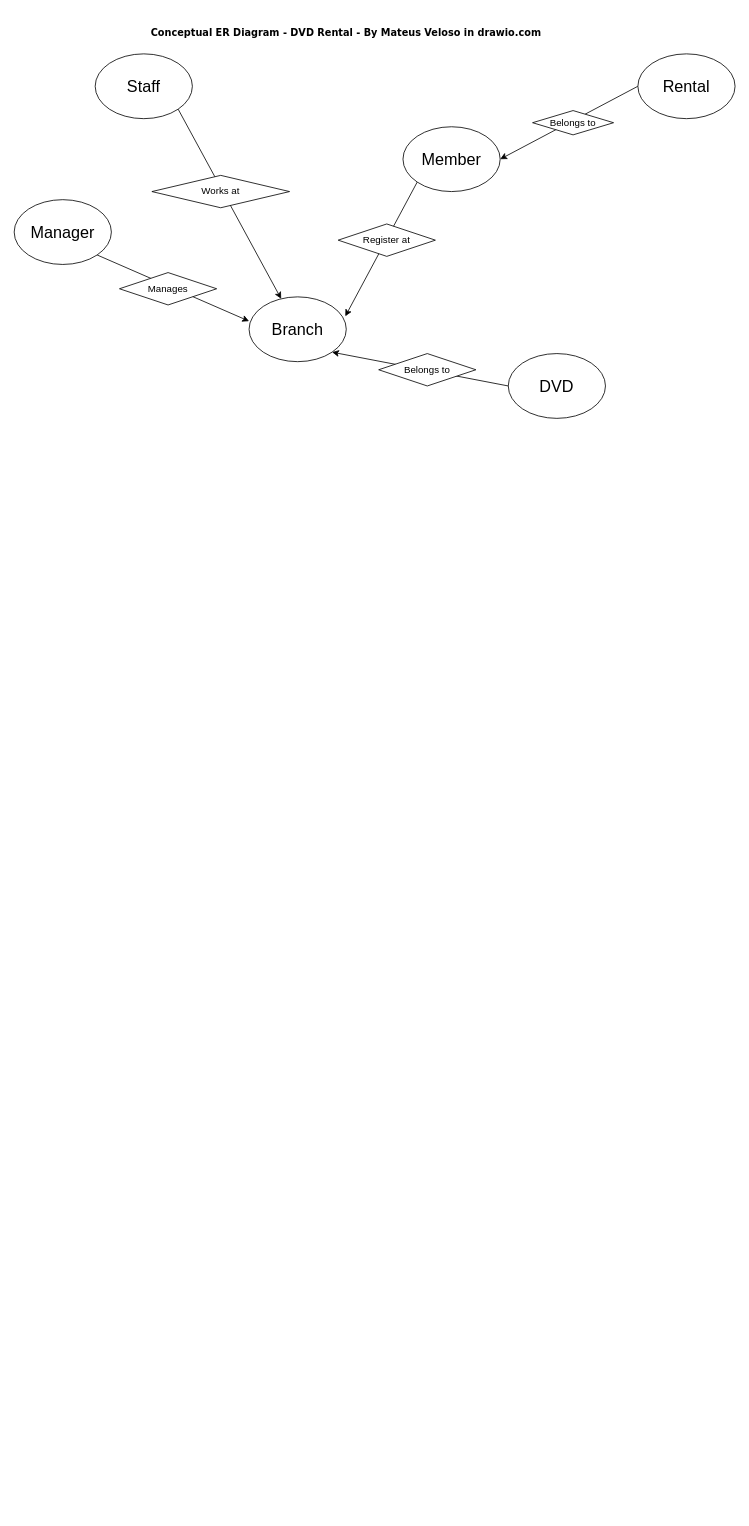
This is DVDStore.drawio from MateusVeloso16/MySQL_DB_School, a draw.io file, before an edit. Source tidied: cells renumbered, new cells numbered last; positions are measured from the earlier drawing's top-left corner, leaving out a move shared by most shapes. Both pictures are drawn from the tidied source at 81%, with x=0, y=0 at pixel (14, 21).
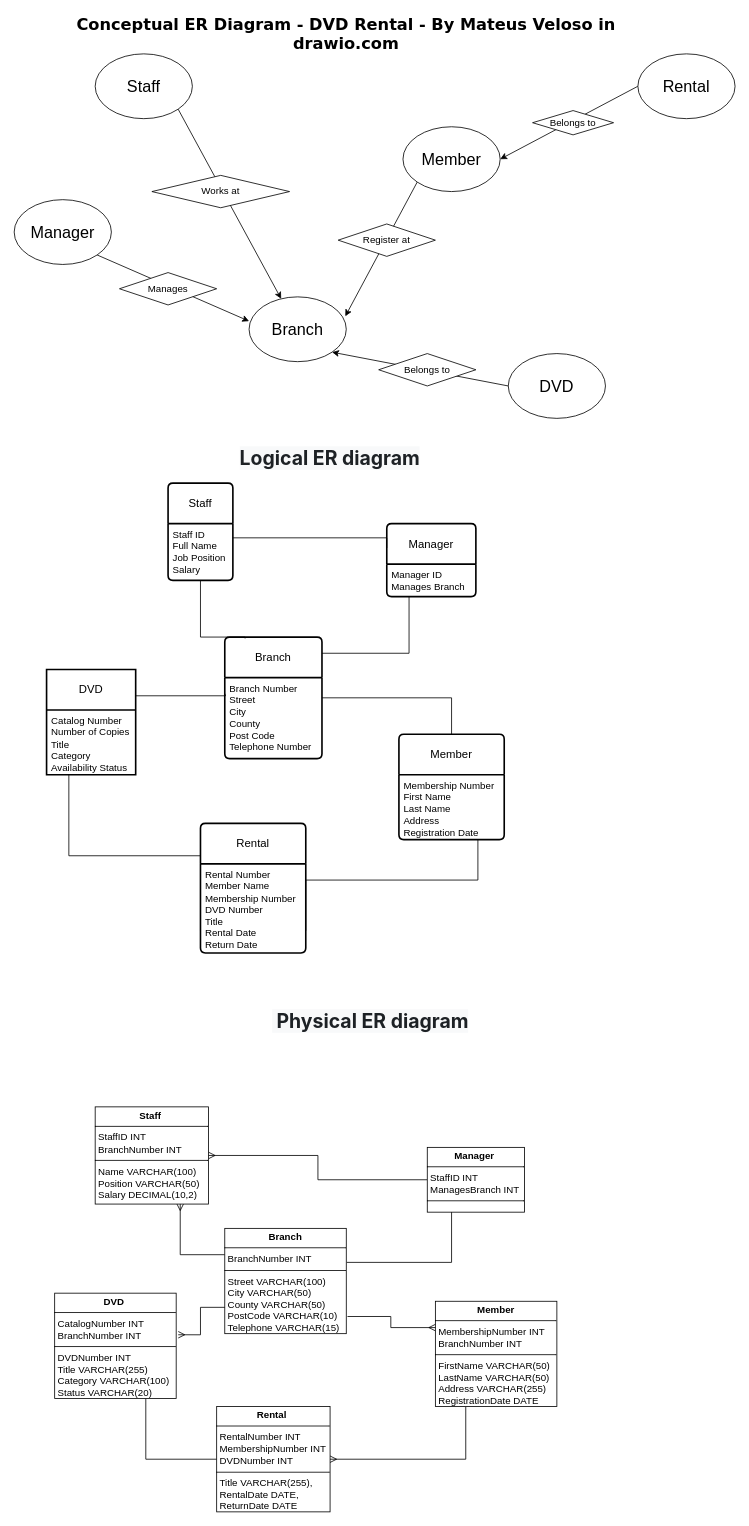
The same page after the edit.

Change to the diagram source:
```diff
@@
-    <mxCell id="2" value="&lt;b&gt;&lt;font face=&quot;Verdana&quot;&gt;Conceptual ER Diagram - DVD Rental - By Mateus Veloso in drawio.com&lt;/font&gt;&lt;/b&gt;" style="text;html=1;align=center;verticalAlign=middle;whiteSpace=wrap;rounded=0;" parent="1" vertex="1">
+    <mxCell id="2" value="&lt;b&gt;&lt;font style=&quot;font-size: 20px;&quot; face=&quot;Verdana&quot;&gt;Conceptual ER Diagram - DVD Rental - By Mateus Veloso in drawio.com&lt;/font&gt;&lt;/b&gt;" style="text;html=1;align=center;verticalAlign=middle;whiteSpace=wrap;rounded=0;" parent="1" vertex="1">
       <mxGeometry x="65" width="690" height="30" as="geometry" />
     </mxCell>
@@
+    <mxCell id="20" value="Branch" style="swimlane;horizontal=1;startSize=50;rounded=1;fontSize=14;fontStyle=0;strokeWidth=2;shadow=0;dashed=0;align=center;arcSize=4;whiteSpace=wrap;html=1;perimeterSpacing=11;" parent="1" vertex="1">
+      <mxGeometry x="260" y="760" width="120" height="150" as="geometry" />
+    </mxCell>
+    <mxCell id="21" value="Branch Number&lt;br&gt;Street&lt;br&gt;City&lt;div&gt;County&lt;/div&gt;&lt;div&gt;Post Code&lt;/div&gt;&lt;div&gt;Telephone Number&lt;/div&gt;" style="align=left;strokeColor=none;fillColor=none;spacingLeft=4;fontSize=12;verticalAlign=top;html=1;" parent="20" vertex="1">
+      <mxGeometry y="50" width="120" height="100" as="geometry" />
+    </mxCell>
+    <mxCell id="22" value="Staff" style="swimlane;horizontal=1;startSize=50;rounded=1;fontSize=14;fontStyle=0;strokeWidth=2;shadow=0;dashed=0;align=center;arcSize=4;whiteSpace=wrap;html=1;" parent="1" vertex="1">
+      <mxGeometry x="190" y="570" width="80" height="120" as="geometry" />
+    </mxCell>
+    <mxCell id="23" value="Staff ID&lt;div&gt;Full Name&lt;/div&gt;&lt;div&gt;Job Position&lt;/div&gt;&lt;div&gt;Salary&lt;/div&gt;" style="align=left;strokeColor=none;fillColor=none;spacingLeft=4;fontSize=12;verticalAlign=top;html=1;" parent="22" vertex="1">
+      <mxGeometry y="50" width="80" height="70" as="geometry" />
+    </mxCell>
+    <mxCell id="24" value="&lt;span&gt;Manager&lt;/span&gt;" style="swimlane;horizontal=1;startSize=50;rounded=1;fontSize=14;fontStyle=0;strokeWidth=2;shadow=0;dashed=0;align=center;arcSize=4;whiteSpace=wrap;html=1;" parent="1" vertex="1">
+      <mxGeometry x="460" y="620" width="110" height="90" as="geometry" />
+    </mxCell>
+    <mxCell id="25" value="Manager ID&lt;div&gt;Manages Branch&lt;/div&gt;" style="align=left;strokeColor=none;fillColor=none;spacingLeft=4;fontSize=12;verticalAlign=top;html=1;" parent="24" vertex="1">
+      <mxGeometry y="50" width="110" height="40" as="geometry" />
+    </mxCell>
+    <mxCell id="26" style="edgeStyle=orthogonalEdgeStyle;rounded=0;jettySize=auto;html=1;exitX=0.25;exitY=1;exitDx=0;exitDy=0;entryX=0;entryY=0.75;entryDx=0;entryDy=0;endArrow=none;startFill=0;" parent="1" edge="1" source="27" target="32">
+      <mxGeometry relative="1" as="geometry">
+        <Array as="points">
+          <mxPoint x="67" y="1030" />
+          <mxPoint x="230" y="1030" />
+        </Array>
+      </mxGeometry>
+    </mxCell>
+    <mxCell id="27" value="DVD" style="swimlane;horizontal=1;startSize=50;rounded=1;fontSize=14;fontStyle=0;strokeWidth=2;shadow=0;dashed=0;align=center;arcSize=0;whiteSpace=wrap;html=1;" parent="1" vertex="1">
+      <mxGeometry x="40" y="800" width="110" height="130" as="geometry" />
+    </mxCell>
+    <mxCell id="28" value="Catalog Number&lt;div&gt;Number of Copies&lt;/div&gt;&lt;div&gt;Title&lt;/div&gt;&lt;div&gt;Category&lt;/div&gt;&lt;div&gt;Availability Status&lt;/div&gt;" style="align=left;strokeColor=none;fillColor=none;spacingLeft=4;fontSize=12;verticalAlign=top;html=1;" parent="27" vertex="1">
+      <mxGeometry y="50" width="110" height="80" as="geometry" />
+    </mxCell>
+    <mxCell id="29" value="Member" style="swimlane;horizontal=1;startSize=50;rounded=1;fontSize=14;fontStyle=0;strokeWidth=2;shadow=0;dashed=0;align=center;arcSize=4;whiteSpace=wrap;html=1;" parent="1" vertex="1">
+      <mxGeometry x="475" y="880" width="130" height="130" as="geometry" />
+    </mxCell>
+    <mxCell id="30" value="Membership Number&lt;div&gt;First Name&lt;/div&gt;&lt;div&gt;Last Name&lt;/div&gt;&lt;div&gt;Address&lt;/div&gt;&lt;div&gt;Registration Date&lt;/div&gt;" style="align=left;strokeColor=none;fillColor=none;spacingLeft=4;fontSize=12;verticalAlign=top;html=1;" parent="29" vertex="1">
+      <mxGeometry y="50" width="130" height="80" as="geometry" />
+    </mxCell>
+    <mxCell id="31" value="Rental" style="swimlane;horizontal=1;startSize=50;rounded=1;fontSize=14;fontStyle=0;strokeWidth=2;shadow=0;dashed=0;align=center;arcSize=4;whiteSpace=wrap;html=1;" parent="1" vertex="1">
+      <mxGeometry x="230" y="990" width="130" height="160" as="geometry" />
+    </mxCell>
+    <mxCell id="32" value="Rental Number&lt;div&gt;Member Name&lt;/div&gt;&lt;div&gt;Membership Number&lt;/div&gt;&lt;div&gt;DVD Number&lt;/div&gt;&lt;div&gt;Title&lt;/div&gt;&lt;div&gt;Rental Date&lt;/div&gt;&lt;div&gt;Return Date&lt;/div&gt;" style="align=left;strokeColor=none;fillColor=none;spacingLeft=4;fontSize=12;verticalAlign=top;html=1;" parent="31" vertex="1">
+      <mxGeometry y="50" width="130" height="110" as="geometry" />
+    </mxCell>
+    <mxCell id="33" style="edgeStyle=orthogonalEdgeStyle;rounded=0;jettySize=auto;html=1;exitX=0.5;exitY=1;exitDx=0;exitDy=0;entryX=0.254;entryY=0.074;entryDx=0;entryDy=0;entryPerimeter=0;endArrow=none;startFill=0;" parent="1" edge="1" source="22" target="20">
+      <mxGeometry relative="1" as="geometry">
+        <Array as="points">
+          <mxPoint x="230" y="760" />
+          <mxPoint x="285" y="760" />
+        </Array>
+      </mxGeometry>
+    </mxCell>
+    <mxCell id="34" style="edgeStyle=orthogonalEdgeStyle;rounded=0;jettySize=auto;html=1;exitX=0.25;exitY=1;exitDx=0;exitDy=0;endArrow=none;startFill=0;" parent="1" edge="1" source="25">
+      <mxGeometry relative="1" as="geometry">
+        <mxPoint x="380" y="780" as="targetPoint" />
+        <Array as="points">
+          <mxPoint x="487" y="780" />
+          <mxPoint x="380" y="780" />
+        </Array>
+      </mxGeometry>
+    </mxCell>
+    <mxCell id="35" style="edgeStyle=orthogonalEdgeStyle;rounded=0;orthogonalLoop=1;jettySize=auto;html=1;exitX=1;exitY=0.25;exitDx=0;exitDy=0;entryX=-0.003;entryY=0.197;entryDx=0;entryDy=0;entryPerimeter=0;endArrow=none;startFill=0;" parent="1" edge="1">
+      <mxGeometry relative="1" as="geometry">
+        <mxPoint x="150.4" y="832.5" as="sourcePoint" />
+        <mxPoint x="260" y="829.7" as="targetPoint" />
+        <Array as="points">
+          <mxPoint x="261" y="832" />
+          <mxPoint x="261" y="830" />
+        </Array>
+      </mxGeometry>
+    </mxCell>
+    <mxCell id="36" style="edgeStyle=orthogonalEdgeStyle;rounded=0;jettySize=auto;html=1;exitX=1;exitY=0.25;exitDx=0;exitDy=0;entryX=0.5;entryY=0;entryDx=0;entryDy=0;endArrow=none;startFill=0;" parent="1" edge="1" source="21" target="29">
+      <mxGeometry relative="1" as="geometry" />
+    </mxCell>
+    <mxCell id="37" style="edgeStyle=orthogonalEdgeStyle;rounded=0;jettySize=auto;html=1;exitX=1;exitY=0.25;exitDx=0;exitDy=0;entryX=0;entryY=0.333;entryDx=0;entryDy=0;entryPerimeter=0;endArrow=none;startFill=0;" parent="1" edge="1" source="23" target="24">
+      <mxGeometry relative="1" as="geometry">
+        <Array as="points">
+          <mxPoint x="460" y="638" />
+        </Array>
+      </mxGeometry>
+    </mxCell>
+    <mxCell id="38" style="edgeStyle=orthogonalEdgeStyle;rounded=0;jettySize=auto;html=1;exitX=0.75;exitY=1;exitDx=0;exitDy=0;entryX=1;entryY=0.75;entryDx=0;entryDy=0;endArrow=none;startFill=0;" parent="1" edge="1" source="30" target="32">
+      <mxGeometry relative="1" as="geometry">
+        <Array as="points">
+          <mxPoint x="573" y="1060" />
+          <mxPoint x="360" y="1060" />
+        </Array>
+      </mxGeometry>
+    </mxCell>
+    <mxCell id="39" value="&lt;span style=&quot;color: rgb(29, 33, 37); font-family: -apple-system, BlinkMacSystemFont, &amp;quot;Segoe UI&amp;quot;, Roboto, &amp;quot;Helvetica Neue&amp;quot;, Arial, &amp;quot;Noto Sans&amp;quot;, &amp;quot;Liberation Sans&amp;quot;, sans-serif, &amp;quot;Apple Color Emoji&amp;quot;, &amp;quot;Segoe UI Emoji&amp;quot;, &amp;quot;Segoe UI Symbol&amp;quot;, &amp;quot;Noto Color Emoji&amp;quot;; font-size: 24px; text-align: left; background-color: rgb(248, 249, 250);&quot;&gt;&lt;b&gt;Logical ER diagram&lt;/b&gt;&lt;/span&gt;" style="text;html=1;align=center;verticalAlign=middle;whiteSpace=wrap;rounded=0;" parent="1" vertex="1">
+      <mxGeometry x="50" y="520" width="680" height="40" as="geometry" />
+    </mxCell>
+    <mxCell id="40" value="&lt;span style=&quot;color: rgb(29, 33, 37); font-family: -apple-system, BlinkMacSystemFont, &amp;quot;Segoe UI&amp;quot;, Roboto, &amp;quot;Helvetica Neue&amp;quot;, Arial, &amp;quot;Noto Sans&amp;quot;, &amp;quot;Liberation Sans&amp;quot;, sans-serif, &amp;quot;Apple Color Emoji&amp;quot;, &amp;quot;Segoe UI Emoji&amp;quot;, &amp;quot;Segoe UI Symbol&amp;quot;, &amp;quot;Noto Color Emoji&amp;quot;; font-size: 24px; text-align: left; background-color: rgb(248, 249, 250);&quot;&gt;&lt;b&gt;&amp;nbsp;Physical ER diagram&lt;/b&gt;&lt;/span&gt;" style="text;html=1;align=center;verticalAlign=middle;whiteSpace=wrap;rounded=0;" parent="1" vertex="1">
+      <mxGeometry x="90" y="1220" width="700" height="30" as="geometry" />
+    </mxCell>
+    <mxCell id="41" style="edgeStyle=orthogonalEdgeStyle;rounded=0;jettySize=auto;html=1;exitX=0;exitY=0.25;exitDx=0;exitDy=0;entryX=0.75;entryY=1;entryDx=0;entryDy=0;endArrow=ERmany;endFill=0;startArrow=none;startFill=0;" parent="1" edge="1" source="42" target="44">
+      <mxGeometry relative="1" as="geometry" />
+    </mxCell>
+    <mxCell id="42" value="&lt;p style=&quot;margin:0px;margin-top:4px;text-align:center;&quot;&gt;&lt;b&gt;Branch&lt;/b&gt;&lt;/p&gt;&lt;hr size=&quot;1&quot; style=&quot;border-style:solid;&quot;&gt;&lt;p style=&quot;margin:0px;margin-left:4px;&quot;&gt;BranchNumber&amp;nbsp;&lt;span class=&quot;hljs-type&quot;&gt;INT&lt;/span&gt;&lt;/p&gt;&lt;hr size=&quot;1&quot; style=&quot;border-style:solid;&quot;&gt;&lt;p style=&quot;margin:0px;margin-left:4px;&quot;&gt;Street &lt;span class=&quot;hljs-type&quot;&gt;VARCHAR&lt;/span&gt;(&lt;span class=&quot;hljs-number&quot;&gt;100&lt;/span&gt;)&lt;br&gt;    City &lt;span class=&quot;hljs-type&quot;&gt;VARCHAR&lt;/span&gt;(&lt;span class=&quot;hljs-number&quot;&gt;50&lt;/span&gt;)&lt;br&gt;    County &lt;span class=&quot;hljs-type&quot;&gt;VARCHAR&lt;/span&gt;(&lt;span class=&quot;hljs-number&quot;&gt;50&lt;/span&gt;)&lt;br&gt;    PostCode &lt;span class=&quot;hljs-type&quot;&gt;VARCHAR&lt;/span&gt;(&lt;span class=&quot;hljs-number&quot;&gt;10&lt;/span&gt;)&lt;br&gt;    Telephone &lt;span class=&quot;hljs-type&quot;&gt;VARCHAR&lt;/span&gt;(&lt;span class=&quot;hljs-number&quot;&gt;15&lt;/span&gt;)&lt;/p&gt;" style="verticalAlign=top;align=left;overflow=fill;html=1;whiteSpace=wrap;" parent="1" vertex="1">
+      <mxGeometry x="260" y="1490" width="150" height="130" as="geometry" />
+    </mxCell>
+    <mxCell id="43" style="edgeStyle=orthogonalEdgeStyle;rounded=0;jettySize=auto;html=1;exitX=1;exitY=0.5;exitDx=0;exitDy=0;entryX=0;entryY=0.5;entryDx=0;entryDy=0;endArrow=none;startFill=0;startArrow=ERmany;" parent="1" edge="1" source="44" target="45">
+      <mxGeometry relative="1" as="geometry" />
+    </mxCell>
+    <mxCell id="44" value="&lt;p style=&quot;margin:0px;margin-top:4px;text-align:center;&quot;&gt;&lt;b&gt;Staff&lt;/b&gt;&amp;nbsp;&lt;/p&gt;&lt;hr size=&quot;1&quot; style=&quot;border-style:solid;&quot;&gt;&lt;p style=&quot;margin:0px;margin-left:4px;&quot;&gt;StaffID &lt;span class=&quot;hljs-type&quot;&gt;INT&lt;/span&gt;&lt;/p&gt;&lt;p style=&quot;margin:0px;margin-left:4px;&quot;&gt;BranchNumber &lt;span class=&quot;hljs-type&quot;&gt;INT&lt;/span&gt;&lt;/p&gt;&lt;hr size=&quot;1&quot; style=&quot;border-style:solid;&quot;&gt;&lt;p style=&quot;margin:0px;margin-left:4px;&quot;&gt;Name &lt;span class=&quot;hljs-type&quot;&gt;VARCHAR&lt;/span&gt;(&lt;span class=&quot;hljs-number&quot;&gt;100&lt;/span&gt;) Position &lt;span class=&quot;hljs-type&quot;&gt;VARCHAR&lt;/span&gt;(&lt;span class=&quot;hljs-number&quot;&gt;50&lt;/span&gt;) Salary &lt;span class=&quot;hljs-type&quot;&gt;DECIMAL&lt;/span&gt;(&lt;span class=&quot;hljs-number&quot;&gt;10&lt;/span&gt;,&lt;span class=&quot;hljs-number&quot;&gt;2&lt;/span&gt;)&lt;/p&gt;" style="verticalAlign=top;align=left;overflow=fill;html=1;whiteSpace=wrap;" parent="1" vertex="1">
+      <mxGeometry x="100" y="1340" width="140" height="120" as="geometry" />
+    </mxCell>
+    <mxCell id="45" value="&lt;p style=&quot;margin:0px;margin-top:4px;text-align:center;&quot;&gt;&lt;b&gt;Manager&amp;nbsp;&lt;/b&gt;&lt;/p&gt;&lt;hr size=&quot;1&quot; style=&quot;border-style:solid;&quot;&gt;&lt;p style=&quot;margin:0px;margin-left:4px;&quot;&gt;StaffID &lt;span class=&quot;hljs-type&quot;&gt;INT&lt;/span&gt;&lt;/p&gt;&lt;p style=&quot;margin:0px;margin-left:4px;&quot;&gt;&lt;span class=&quot;hljs-type&quot;&gt;ManagesBranch &lt;span class=&quot;hljs-type&quot;&gt;INT&lt;/span&gt;&lt;/span&gt;&lt;/p&gt;&lt;hr size=&quot;1&quot; style=&quot;border-style:solid;&quot;&gt;&lt;p style=&quot;margin:0px;margin-left:4px;&quot;&gt;&lt;br&gt;&lt;/p&gt;" style="verticalAlign=top;align=left;overflow=fill;html=1;whiteSpace=wrap;" parent="1" vertex="1">
+      <mxGeometry x="510" y="1390" width="120" height="80" as="geometry" />
+    </mxCell>
+    <mxCell id="46" style="edgeStyle=orthogonalEdgeStyle;rounded=0;jettySize=auto;html=1;exitX=0.75;exitY=1;exitDx=0;exitDy=0;entryX=0;entryY=0.5;entryDx=0;entryDy=0;endArrow=none;startFill=0;" parent="1" edge="1" source="47" target="48">
+      <mxGeometry relative="1" as="geometry" />
+    </mxCell>
+    <mxCell id="47" value="&lt;p style=&quot;margin:0px;margin-top:4px;text-align:center;&quot;&gt;&lt;b&gt;DVD&amp;nbsp;&lt;/b&gt;&lt;/p&gt;&lt;hr size=&quot;1&quot; style=&quot;border-style:solid;&quot;&gt;&lt;p style=&quot;margin:0px;margin-left:4px;&quot;&gt;CatalogNumber &lt;span class=&quot;hljs-type&quot;&gt;INT&lt;/span&gt;&lt;/p&gt;&lt;p style=&quot;margin:0px;margin-left:4px;&quot;&gt;&lt;span class=&quot;hljs-type&quot;&gt;BranchNumber &lt;span class=&quot;hljs-type&quot;&gt;INT&lt;/span&gt;&lt;/span&gt;&lt;/p&gt;&lt;hr size=&quot;1&quot; style=&quot;border-style:solid;&quot;&gt;&lt;p style=&quot;margin:0px;margin-left:4px;&quot;&gt;DVDNumber &lt;span class=&quot;hljs-type&quot;&gt;INT&lt;/span&gt;&lt;br&gt;    Title &lt;span class=&quot;hljs-type&quot;&gt;VARCHAR&lt;/span&gt;(&lt;span class=&quot;hljs-number&quot;&gt;255&lt;/span&gt;)&lt;br&gt;    Category &lt;span class=&quot;hljs-type&quot;&gt;VARCHAR&lt;/span&gt;(&lt;span class=&quot;hljs-number&quot;&gt;100&lt;/span&gt;)&lt;br&gt;    Status &lt;span class=&quot;hljs-type&quot;&gt;VARCHAR&lt;/span&gt;(&lt;span class=&quot;hljs-number&quot;&gt;20&lt;/span&gt;)&lt;/p&gt;" style="verticalAlign=top;align=left;overflow=fill;html=1;whiteSpace=wrap;" parent="1" vertex="1">
+      <mxGeometry x="50" y="1570" width="150" height="130" as="geometry" />
+    </mxCell>
+    <mxCell id="48" value="&lt;p style=&quot;margin:0px;margin-top:4px;text-align:center;&quot;&gt;&lt;b&gt;Rental&amp;nbsp;&lt;/b&gt;&lt;/p&gt;&lt;hr size=&quot;1&quot; style=&quot;border-style:solid;&quot;&gt;&lt;p style=&quot;margin:0px;margin-left:4px;&quot;&gt;RentalNumber &lt;span class=&quot;hljs-type&quot;&gt;INT&lt;/span&gt;&lt;/p&gt;&lt;p style=&quot;margin:0px;margin-left:4px;&quot;&gt;&lt;span class=&quot;hljs-type&quot;&gt;MembershipNumber &lt;span class=&quot;hljs-type&quot;&gt;INT&lt;/span&gt;&lt;/span&gt;&lt;/p&gt;&lt;p style=&quot;margin:0px;margin-left:4px;&quot;&gt;&lt;span class=&quot;hljs-type&quot;&gt;&lt;span class=&quot;hljs-type&quot;&gt;DVDNumber &lt;span class=&quot;hljs-type&quot;&gt;INT&lt;/span&gt;&lt;/span&gt;&lt;/span&gt;&lt;/p&gt;&lt;hr size=&quot;1&quot; style=&quot;border-style:solid;&quot;&gt;&lt;p style=&quot;margin:0px;margin-left:4px;&quot;&gt;Title &lt;span class=&quot;hljs-type&quot;&gt;VARCHAR&lt;/span&gt;(&lt;span class=&quot;hljs-number&quot;&gt;255&lt;/span&gt;),&lt;br/&gt;    RentalDate &lt;span class=&quot;hljs-type&quot;&gt;DATE&lt;/span&gt;,&lt;br/&gt;    ReturnDate &lt;span class=&quot;hljs-type&quot;&gt;DATE&lt;/span&gt;&lt;/p&gt;" style="verticalAlign=top;align=left;overflow=fill;html=1;whiteSpace=wrap;" parent="1" vertex="1">
+      <mxGeometry x="250" y="1710" width="140" height="130" as="geometry" />
+    </mxCell>
+    <mxCell id="49" style="edgeStyle=orthogonalEdgeStyle;rounded=0;jettySize=auto;html=1;exitX=0.25;exitY=1;exitDx=0;exitDy=0;entryX=1;entryY=0.5;entryDx=0;entryDy=0;endArrow=ERmany;endFill=0;" parent="1" edge="1" source="50" target="48">
+      <mxGeometry relative="1" as="geometry" />
+    </mxCell>
+    <mxCell id="50" value="&lt;p style=&quot;margin:0px;margin-top:4px;text-align:center;&quot;&gt;&lt;span class=&quot;hljs-keyword&quot;&gt;&lt;b&gt;Member&lt;/b&gt;&lt;/span&gt;&lt;/p&gt;&lt;hr size=&quot;1&quot; style=&quot;border-style:solid;&quot;&gt;&lt;p style=&quot;margin:0px;margin-left:4px;&quot;&gt;MembershipNumber &lt;span class=&quot;hljs-type&quot;&gt;INT&lt;/span&gt;&lt;/p&gt;&lt;p style=&quot;margin:0px;margin-left:4px;&quot;&gt;&lt;span class=&quot;hljs-type&quot;&gt;BranchNumber &lt;span class=&quot;hljs-type&quot;&gt;INT&lt;/span&gt;&lt;/span&gt;&lt;/p&gt;&lt;hr size=&quot;1&quot; style=&quot;border-style:solid;&quot;&gt;&lt;p style=&quot;margin:0px;margin-left:4px;&quot;&gt;FirstName &lt;span class=&quot;hljs-type&quot;&gt;VARCHAR&lt;/span&gt;(&lt;span class=&quot;hljs-number&quot;&gt;50&lt;/span&gt;)&lt;br&gt;    LastName &lt;span class=&quot;hljs-type&quot;&gt;VARCHAR&lt;/span&gt;(&lt;span class=&quot;hljs-number&quot;&gt;50&lt;/span&gt;)&lt;br&gt;    Address &lt;span class=&quot;hljs-type&quot;&gt;VARCHAR&lt;/span&gt;(&lt;span class=&quot;hljs-number&quot;&gt;255&lt;/span&gt;)&lt;br&gt;    RegistrationDate &lt;span class=&quot;hljs-type&quot;&gt;DATE&lt;/span&gt;&lt;/p&gt;" style="verticalAlign=top;align=left;overflow=fill;html=1;whiteSpace=wrap;" parent="1" vertex="1">
+      <mxGeometry x="520" y="1580" width="150" height="130" as="geometry" />
+    </mxCell>
+    <mxCell id="51" style="edgeStyle=orthogonalEdgeStyle;rounded=0;jettySize=auto;html=1;exitX=0;exitY=0.75;exitDx=0;exitDy=0;entryX=1.017;entryY=0.395;entryDx=0;entryDy=0;entryPerimeter=0;endArrow=ERmany;endFill=0;" parent="1" edge="1" source="42" target="47">
+      <mxGeometry relative="1" as="geometry" />
+    </mxCell>
+    <mxCell id="52" style="edgeStyle=orthogonalEdgeStyle;rounded=0;jettySize=auto;html=1;exitX=0.25;exitY=1;exitDx=0;exitDy=0;entryX=1.004;entryY=0.323;entryDx=0;entryDy=0;entryPerimeter=0;endArrow=none;startFill=0;" parent="1" edge="1" source="45" target="42">
+      <mxGeometry relative="1" as="geometry" />
+    </mxCell>
+    <mxCell id="53" style="edgeStyle=orthogonalEdgeStyle;rounded=0;jettySize=auto;html=1;exitX=0;exitY=0.25;exitDx=0;exitDy=0;entryX=1.01;entryY=0.837;entryDx=0;entryDy=0;entryPerimeter=0;endArrow=none;endFill=0;startFill=0;startArrow=ERmany;" parent="1" edge="1" source="50" target="42">
+      <mxGeometry relative="1" as="geometry" />
+    </mxCell>
```
